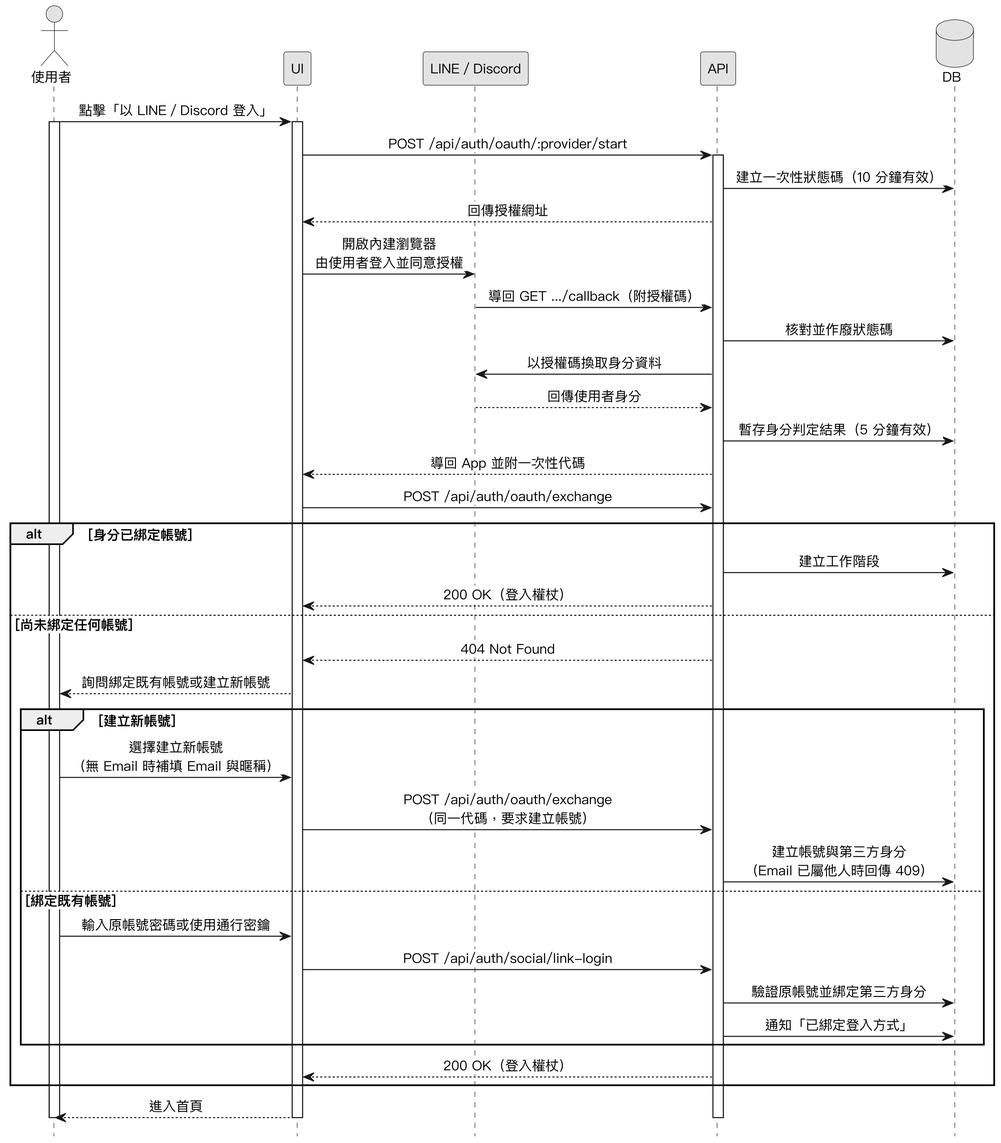
SaveMyBook/SaveMyBook keeps this PlantUML diagram as Diagrams/Sequence Diagrams/v3/seq_oauth_link.png. Above is the earlier version.
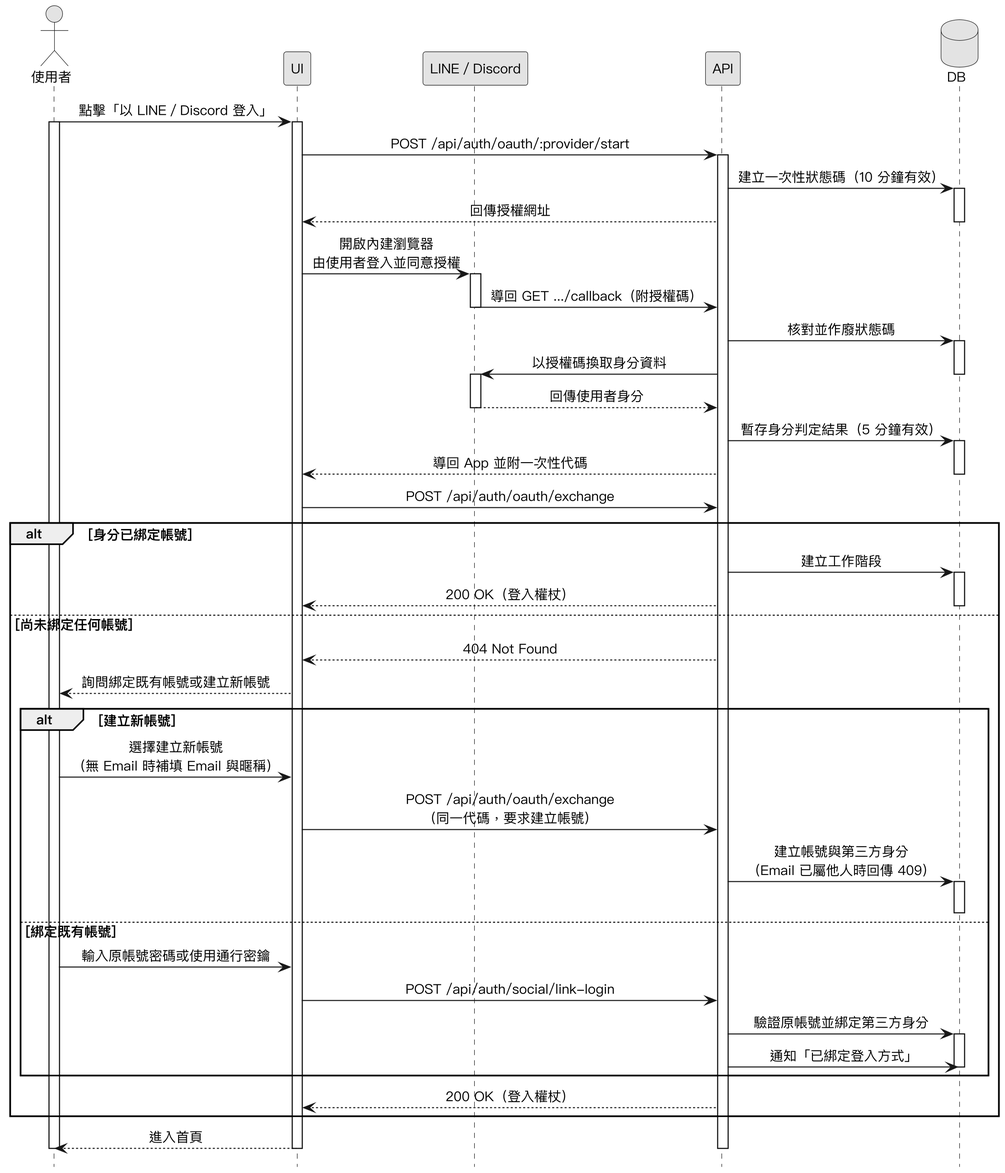
The same file after the commit.

Diff of the diagram source:
```diff
@@ -20,31 +20,46 @@
 UI -> API : POST /api/auth/oauth/:provider/start
 activate API
 API -> DB : 建立一次性狀態碼（10 分鐘有效）
+activate DB
 API --> UI : 回傳授權網址
+deactivate DB
 UI -> P : 開啟內建瀏覽器\n由使用者登入並同意授權
+activate P
 P -> API : 導回 GET .../callback（附授權碼）
+deactivate P
 API -> DB : 核對並作廢狀態碼
+activate DB
 API -> P : 以授權碼換取身分資料
+deactivate DB
+activate P
 P --> API : 回傳使用者身分
+deactivate P
 API -> DB : 暫存身分判定結果（5 分鐘有效）
+activate DB
 API --> UI : 導回 App 並附一次性代碼
+deactivate DB
 UI -> API : POST /api/auth/oauth/exchange
 
 alt 身分已綁定帳號
   API -> DB : 建立工作階段
+  activate DB
   API --> UI : 200 OK（登入權杖）
+  deactivate DB
 else 尚未綁定任何帳號
   API --> UI : 404 Not Found
   UI --> 使用者 : 詢問綁定既有帳號或建立新帳號
   alt 建立新帳號
     使用者 -> UI : 選擇建立新帳號\n（無 Email 時補填 Email 與暱稱）
     UI -> API : POST /api/auth/oauth/exchange\n（同一代碼，要求建立帳號）
-    API -> DB : 建立帳號與第三方身分\n（Email 已屬他人時回傳 409）
+    API -> DB ++ : 建立帳號與第三方身分\n（Email 已屬他人時回傳 409）
+    deactivate DB
   else 綁定既有帳號
     使用者 -> UI : 輸入原帳號密碼或使用通行密鑰
     UI -> API : POST /api/auth/social/link-login
     API -> DB : 驗證原帳號並綁定第三方身分
+    activate DB
     API -> DB : 通知「已綁定登入方式」
+    deactivate DB
   end
   API --> UI : 200 OK（登入權杖）
 end
```
